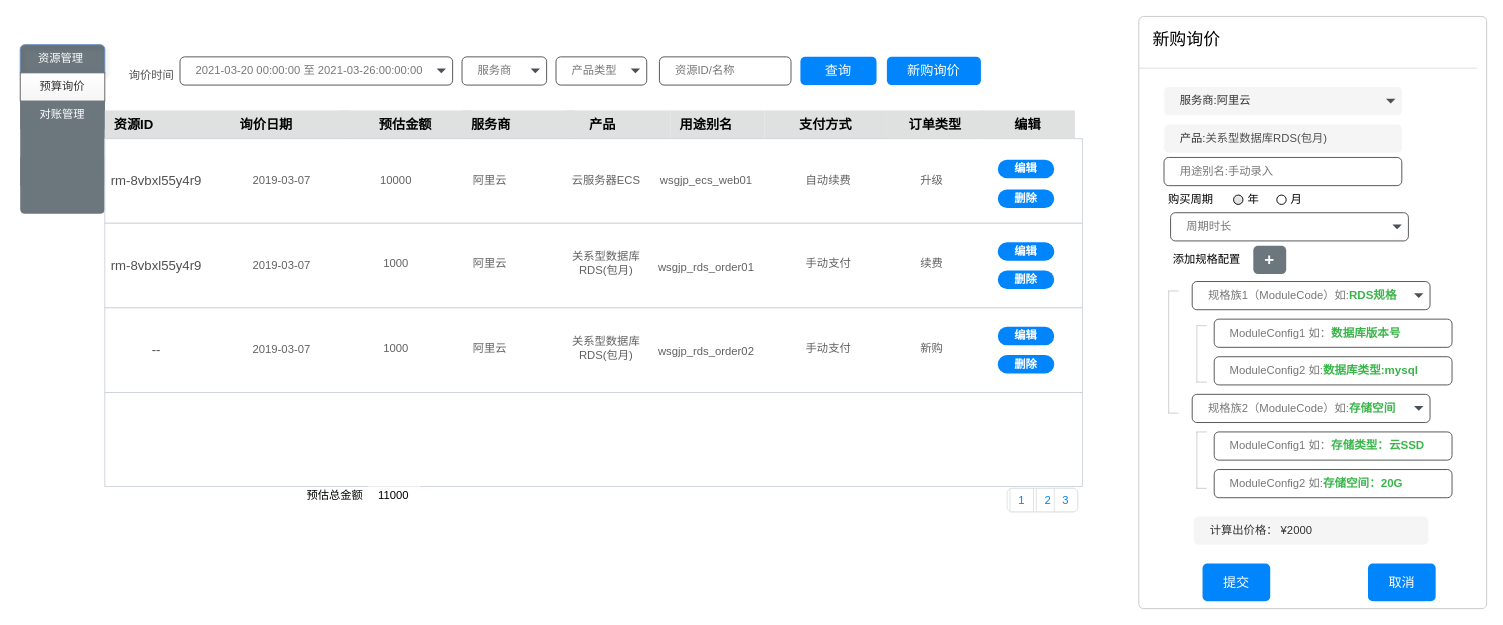
The draw.io diagram page "询价列表" (2 of 9) of 阿里云交易.drawio in mashifei/uml, before the edit. Source tidied: cells renumbered, new cells numbered last; positions are measured from the earlier drawing's top-left corner, leaving out a move shared by most shapes. Both pictures are drawn from the tidied source at 94%, with x=0, y=0 at pixel (20, 16).
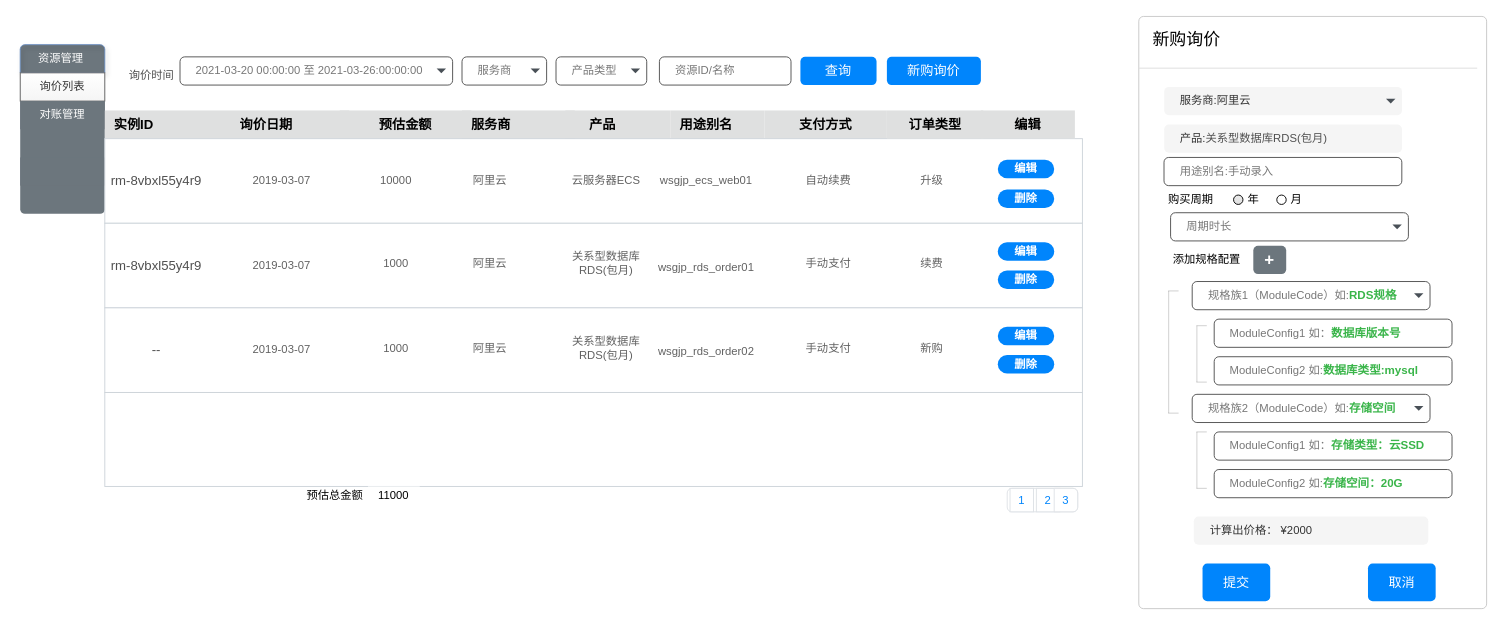
The same page after the edit.

The change refers to these unchanged cells:
```xml
<mxCell id="2" style="html=1;shadow=0;dashed=0;shape=mxgraph.bootstrap.rrect;rSize=5;strokeColor=none;html=1;whiteSpace=wrap;fillColor=#6C767D;fontColor=#ffffff;" parent="1" vertex="1">
  <mxGeometry y="30" width="90" height="180" as="geometry" />
</mxCell>
```

The edit, as a diff of the source:
```diff
@@
-    <mxCell id="4" value="预算询价" style="strokeColor=#666666;fillColor=#f5f5f5;fontColor=#333333;html=1;shadow=0;dashed=0;perimeter=none;whiteSpace=wrap;gradientColor=#ffffff;glass=0;gradientDirection=north;" parent="2" vertex="1">
+    <mxCell id="4" value="询价列表" style="strokeColor=#666666;fillColor=#f5f5f5;fontColor=#333333;html=1;shadow=0;dashed=0;perimeter=none;whiteSpace=wrap;gradientColor=#ffffff;glass=0;gradientDirection=north;" parent="2" vertex="1">
       <mxGeometry width="90" height="30" relative="1" as="geometry">
         <mxPoint y="30" as="offset" />
       </mxGeometry>
     </mxCell>
@@
-    <mxCell id="7" value="资源ID" style="rounded=0;whiteSpace=wrap;html=1;arcSize=50;strokeColor=none;strokeWidth=1;fontColor=#000000;whiteSpace=wrap;align=left;verticalAlign=middle;spacingLeft=0;fontStyle=1;fontSize=14;spacing=10;fillColor=#DFE0E0;" parent="1" vertex="1">
+    <mxCell id="7" value="实例ID" style="rounded=0;whiteSpace=wrap;html=1;arcSize=50;strokeColor=none;strokeWidth=1;fontColor=#000000;whiteSpace=wrap;align=left;verticalAlign=middle;spacingLeft=0;fontStyle=1;fontSize=14;spacing=10;fillColor=#DFE0E0;" parent="1" vertex="1">
       <mxGeometry x="90" y="100" width="130" height="30" as="geometry" />
     </mxCell>
```
